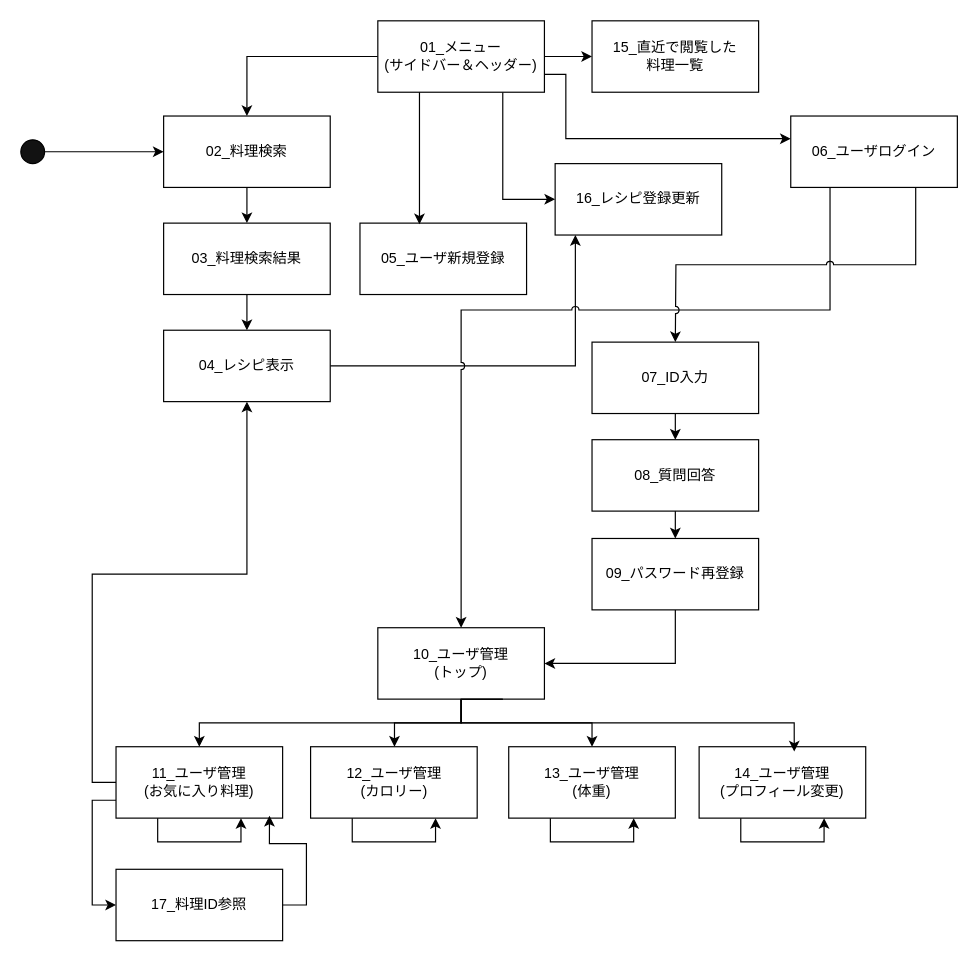
Fukuta-Y/Jashin_CAS_doc keeps this draw.io diagram as 画面設計/jashin_cas.drawio. Above is the earlier version. Source tidied: cells renumbered, new cells numbered last; positions are measured from the earlier drawing's top-left corner, leaving out a move shared by most shapes. Both pictures are drawn from the tidied source at 119%, with x=0, y=0 at pixel (20, 20).
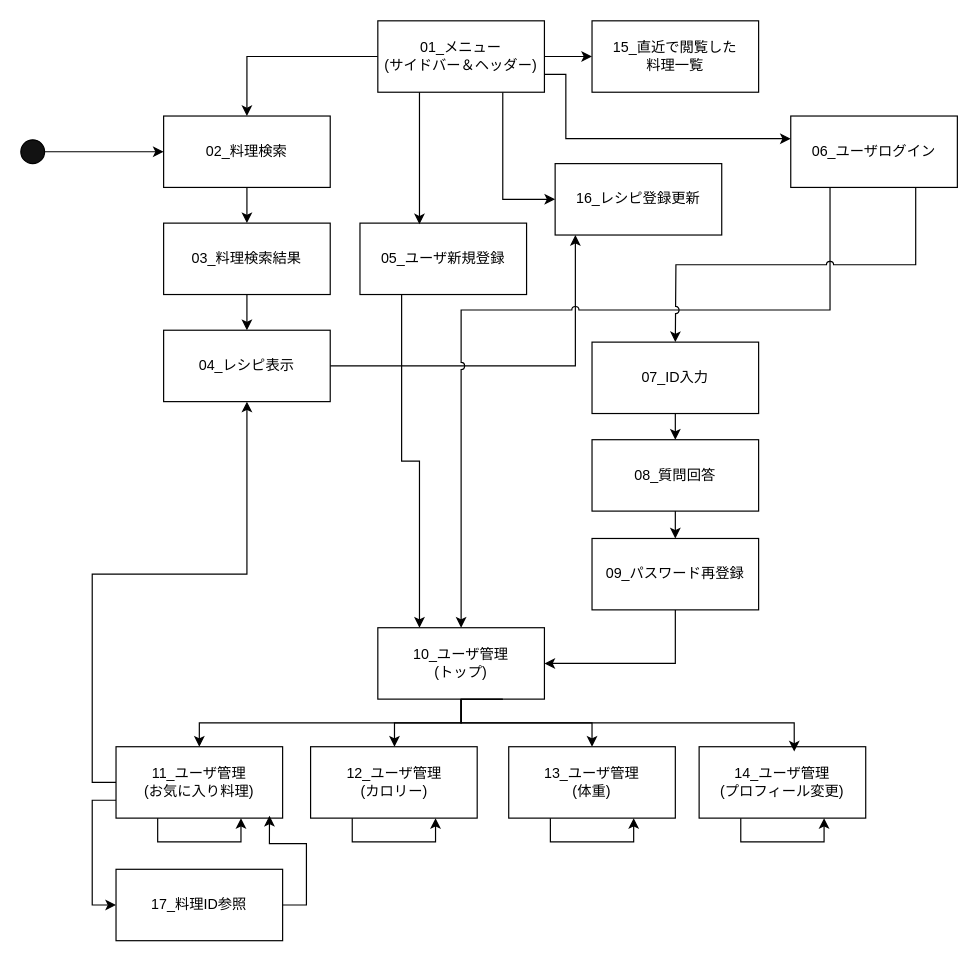
Above is the later version.

Unchanged cells that the change refers to:
```xml
<mxCell id="13" value="05_ユーザ新規登録" style="rounded=0;whiteSpace=wrap;html=1;" parent="1" vertex="1">
  <mxGeometry x="285" y="170" width="140" height="60" as="geometry" />
</mxCell>
<mxCell id="26" value="10_ユーザ管理&lt;div&gt;(トップ)&lt;/div&gt;" style="rounded=0;whiteSpace=wrap;html=1;" parent="1" vertex="1">
  <mxGeometry x="300" y="510" width="140" height="60" as="geometry" />
</mxCell>
```

Diff of the diagram source:
```diff
@@
+    <mxCell id="45" style="edgeStyle=orthogonalEdgeStyle;rounded=0;jettySize=auto;html=1;exitX=0.25;exitY=1;exitDx=0;exitDy=0;entryX=0.25;entryY=0;entryDx=0;entryDy=0;" parent="1" edge="1" source="13" target="26">
+      <mxGeometry relative="1" as="geometry" />
+    </mxCell>
```
